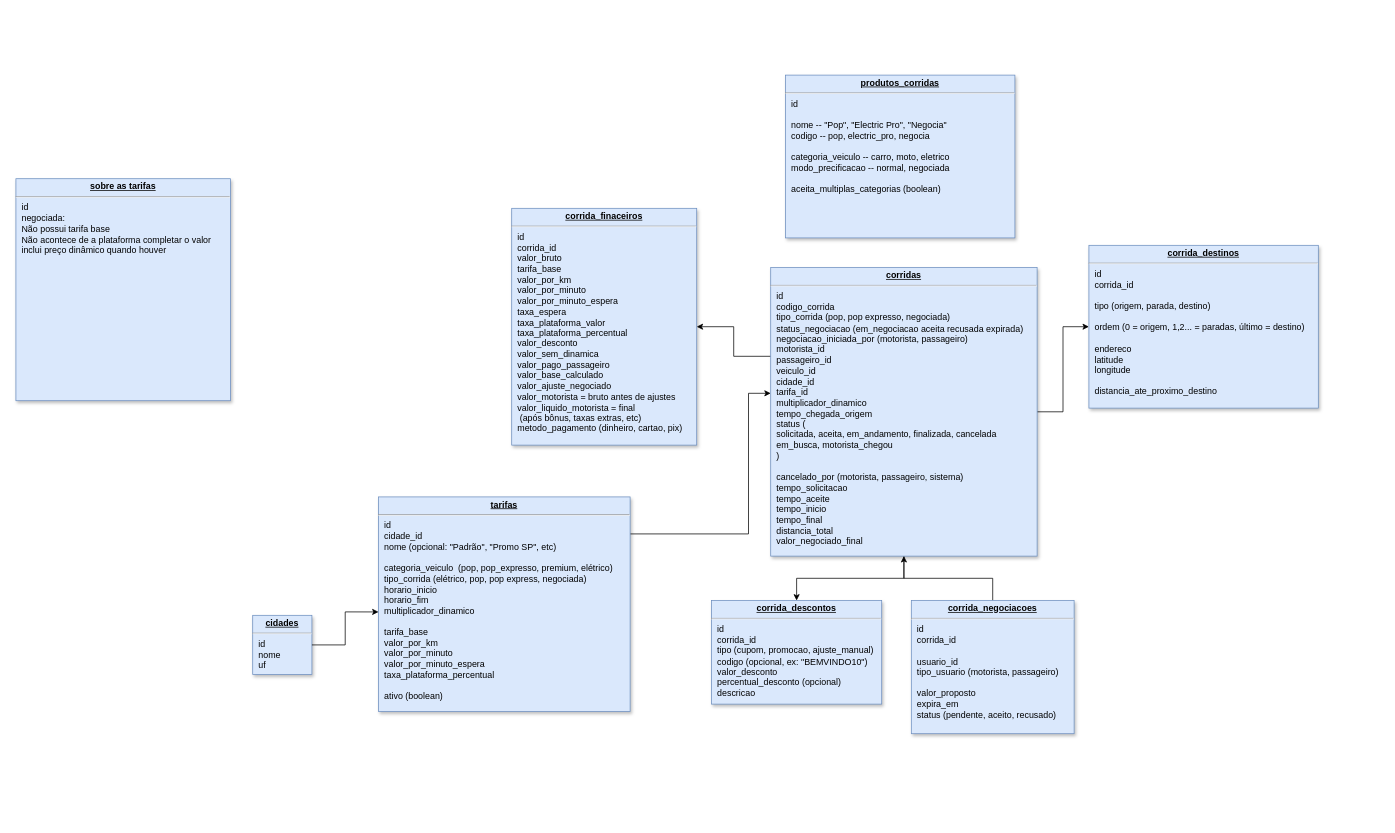
Before: page "corridas" (2 of 2) of Diagrama sem nome.drawio in PnA-Publicidade/aplicativo-mobilidade-urbana-backend, a draw.io diagram. Source tidied: cells renumbered, new cells numbered last; positions are measured from the earlier drawing's top-left corner, leaving out a move shared by most shapes. Both pictures are drawn from the tidied source at 74%, with x=0, y=0 at pixel (16, 75).
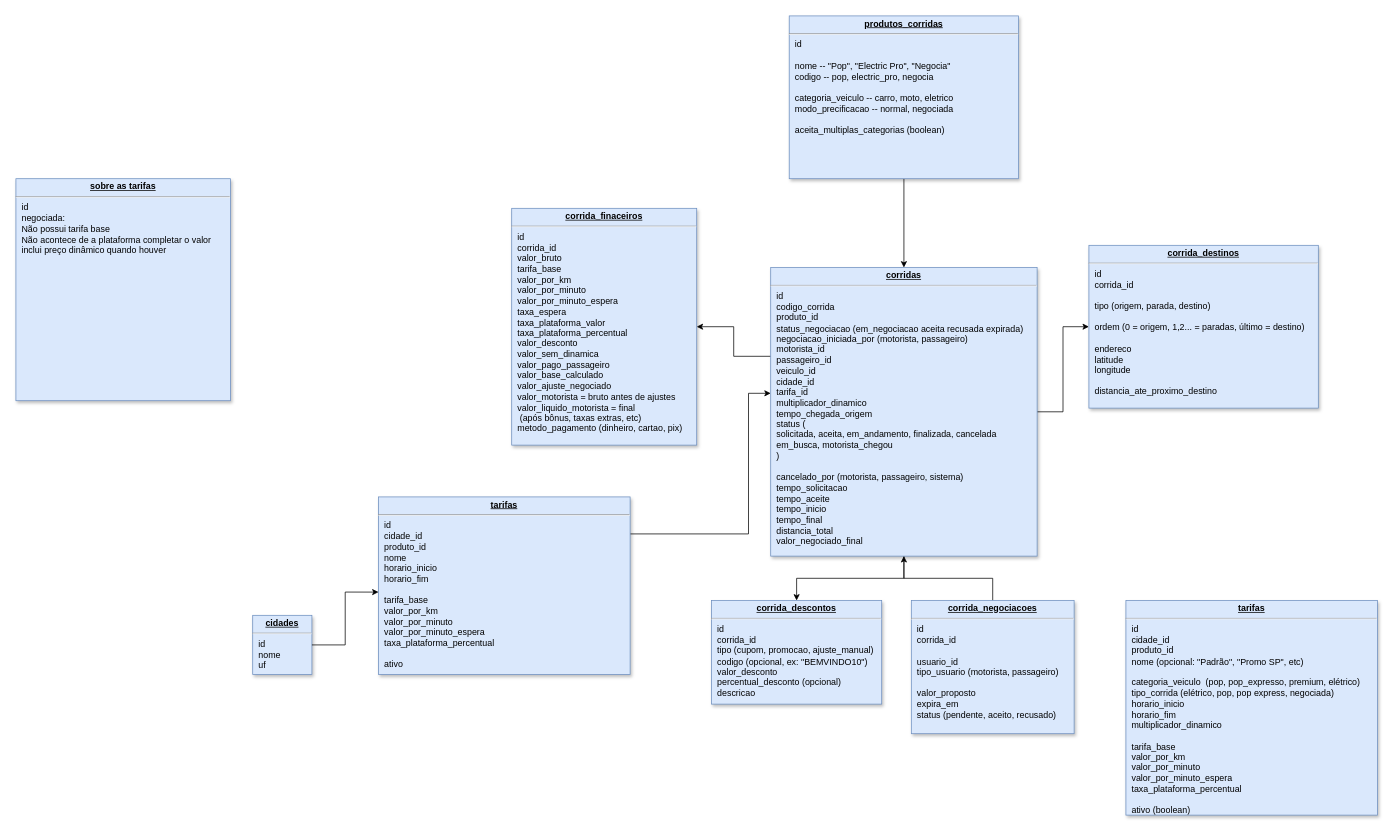
Above is the later version.

Diff of the diagram source:
```diff
@@
-    <mxCell id="5" value="&lt;p style=&quot;margin: 0px ; margin-top: 4px ; text-align: center ; text-decoration: underline&quot;&gt;&lt;b&gt;corridas&lt;/b&gt;&lt;/p&gt;&lt;hr&gt;&lt;p style=&quot;margin: 0px ; margin-left: 8px&quot;&gt;id&lt;/p&gt;&lt;p style=&quot;margin: 0px ; margin-left: 8px&quot;&gt;codigo_corrida&lt;/p&gt;&lt;p style=&quot;margin: 0px ; margin-left: 8px&quot;&gt;tipo_corrida (pop, pop expresso, negociada)&lt;/p&gt;&lt;p style=&quot;margin: 0px ; margin-left: 8px&quot;&gt;status_negociacao (em_negociacao aceita recusada expirada)&lt;/p&gt;&lt;p style=&quot;margin: 0px ; margin-left: 8px&quot;&gt;negociacao_iniciada_por (motorista, passageiro)&lt;/p&gt;&lt;p style=&quot;margin: 0px ; margin-left: 8px&quot;&gt;motorista_id&lt;/p&gt;&lt;p style=&quot;margin: 0px ; margin-left: 8px&quot;&gt;passageiro_id&lt;/p&gt;&lt;p style=&quot;margin: 0px ; margin-left: 8px&quot;&gt;veiculo_id&amp;nbsp;&lt;/p&gt;&lt;p style=&quot;margin: 0px ; margin-left: 8px&quot;&gt;cidade_id&lt;/p&gt;&lt;p style=&quot;margin: 0px ; margin-left: 8px&quot;&gt;tarifa_id&lt;/p&gt;&lt;p style=&quot;margin: 0px ; margin-left: 8px&quot;&gt;multiplicador_dinamico&lt;/p&gt;&lt;p style=&quot;margin: 0px ; margin-left: 8px&quot;&gt;tempo_chegada_origem&lt;/p&gt;&lt;p style=&quot;margin: 0px ; margin-left: 8px&quot;&gt;status (&lt;/p&gt;&lt;p style=&quot;margin: 0px ; margin-left: 8px&quot;&gt;solicitada, aceita, em_andamento, finalizada, cancelada&lt;/p&gt;&lt;p style=&quot;margin: 0px ; margin-left: 8px&quot;&gt;em_busca, motorista_chegou&lt;/p&gt;&lt;p style=&quot;margin: 0px ; margin-left: 8px&quot;&gt;)&lt;/p&gt;&lt;p style=&quot;margin: 0px ; margin-left: 8px&quot;&gt;&lt;br&gt;&lt;/p&gt;&lt;p style=&quot;margin: 0px ; margin-left: 8px&quot;&gt;cancelado_por (motorista, passageiro, sistema)&lt;/p&gt;&lt;p style=&quot;margin: 0px ; margin-left: 8px&quot;&gt;tempo_solicitacao&lt;/p&gt;&lt;p style=&quot;margin: 0px ; margin-left: 8px&quot;&gt;tempo_aceite&lt;/p&gt;&lt;p style=&quot;margin: 0px ; margin-left: 8px&quot;&gt;tempo_inicio&lt;/p&gt;&lt;p style=&quot;margin: 0px ; margin-left: 8px&quot;&gt;tempo_final&lt;/p&gt;&lt;p style=&quot;margin: 0px ; margin-left: 8px&quot;&gt;distancia_total&lt;/p&gt;&lt;p style=&quot;margin: 0px ; margin-left: 8px&quot;&gt;valor_negociado_final&lt;/p&gt;&lt;p style=&quot;margin: 0px ; margin-left: 8px&quot;&gt;&lt;br&gt;&lt;/p&gt;&lt;p style=&quot;margin: 0px ; margin-left: 8px&quot;&gt;&lt;br&gt;&lt;/p&gt;" style="verticalAlign=top;align=left;overflow=fill;fontSize=12;fontFamily=Helvetica;html=1;strokeColor=#6c8ebf;shadow=1;fillColor=#dae8fc;" parent="1" vertex="1">
+    <mxCell id="5" value="&lt;p style=&quot;margin: 0px ; margin-top: 4px ; text-align: center ; text-decoration: underline&quot;&gt;&lt;b&gt;corridas&lt;/b&gt;&lt;/p&gt;&lt;hr&gt;&lt;p style=&quot;margin: 0px ; margin-left: 8px&quot;&gt;id&lt;/p&gt;&lt;p style=&quot;margin: 0px ; margin-left: 8px&quot;&gt;codigo_corrida&lt;/p&gt;&lt;p style=&quot;margin: 0px ; margin-left: 8px&quot;&gt;produto_id&lt;/p&gt;&lt;p style=&quot;margin: 0px ; margin-left: 8px&quot;&gt;status_negociacao (em_negociacao aceita recusada expirada)&lt;/p&gt;&lt;p style=&quot;margin: 0px ; margin-left: 8px&quot;&gt;negociacao_iniciada_por (motorista, passageiro)&lt;/p&gt;&lt;p style=&quot;margin: 0px ; margin-left: 8px&quot;&gt;motorista_id&lt;/p&gt;&lt;p style=&quot;margin: 0px ; margin-left: 8px&quot;&gt;passageiro_id&lt;/p&gt;&lt;p style=&quot;margin: 0px ; margin-left: 8px&quot;&gt;veiculo_id&amp;nbsp;&lt;/p&gt;&lt;p style=&quot;margin: 0px ; margin-left: 8px&quot;&gt;cidade_id&lt;/p&gt;&lt;p style=&quot;margin: 0px ; margin-left: 8px&quot;&gt;tarifa_id&lt;/p&gt;&lt;p style=&quot;margin: 0px ; margin-left: 8px&quot;&gt;multiplicador_dinamico&lt;/p&gt;&lt;p style=&quot;margin: 0px ; margin-left: 8px&quot;&gt;tempo_chegada_origem&lt;/p&gt;&lt;p style=&quot;margin: 0px ; margin-left: 8px&quot;&gt;status (&lt;/p&gt;&lt;p style=&quot;margin: 0px ; margin-left: 8px&quot;&gt;solicitada, aceita, em_andamento, finalizada, cancelada&lt;/p&gt;&lt;p style=&quot;margin: 0px ; margin-left: 8px&quot;&gt;em_busca, motorista_chegou&lt;/p&gt;&lt;p style=&quot;margin: 0px ; margin-left: 8px&quot;&gt;)&lt;/p&gt;&lt;p style=&quot;margin: 0px ; margin-left: 8px&quot;&gt;&lt;br&gt;&lt;/p&gt;&lt;p style=&quot;margin: 0px ; margin-left: 8px&quot;&gt;cancelado_por (motorista, passageiro, sistema)&lt;/p&gt;&lt;p style=&quot;margin: 0px ; margin-left: 8px&quot;&gt;tempo_solicitacao&lt;/p&gt;&lt;p style=&quot;margin: 0px ; margin-left: 8px&quot;&gt;tempo_aceite&lt;/p&gt;&lt;p style=&quot;margin: 0px ; margin-left: 8px&quot;&gt;tempo_inicio&lt;/p&gt;&lt;p style=&quot;margin: 0px ; margin-left: 8px&quot;&gt;tempo_final&lt;/p&gt;&lt;p style=&quot;margin: 0px ; margin-left: 8px&quot;&gt;distancia_total&lt;/p&gt;&lt;p style=&quot;margin: 0px ; margin-left: 8px&quot;&gt;valor_negociado_final&lt;/p&gt;&lt;p style=&quot;margin: 0px ; margin-left: 8px&quot;&gt;&lt;br&gt;&lt;/p&gt;&lt;p style=&quot;margin: 0px ; margin-left: 8px&quot;&gt;&lt;br&gt;&lt;/p&gt;" style="verticalAlign=top;align=left;overflow=fill;fontSize=12;fontFamily=Helvetica;html=1;strokeColor=#6c8ebf;shadow=1;fillColor=#dae8fc;" parent="1" vertex="1">
       <mxGeometry x="1020" y="260" width="360" height="390" as="geometry" />
     </mxCell>
@@
-    <mxCell id="10" value="&lt;p style=&quot;margin: 0px ; margin-top: 4px ; text-align: center ; text-decoration: underline&quot;&gt;&lt;b&gt;tarifas&lt;/b&gt;&lt;/p&gt;&lt;hr&gt;&lt;p style=&quot;margin: 0px ; margin-left: 8px&quot;&gt;id&lt;/p&gt;&lt;p style=&quot;margin: 0px ; margin-left: 8px&quot;&gt;cidade_id&lt;/p&gt;&lt;p style=&quot;margin: 0px ; margin-left: 8px&quot;&gt;nome (opcional: &quot;Padrão&quot;, &quot;Promo SP&quot;, etc)&lt;/p&gt;&lt;p style=&quot;margin: 0px ; margin-left: 8px&quot;&gt;&lt;br&gt;&lt;/p&gt;&lt;p style=&quot;margin: 0px ; margin-left: 8px&quot;&gt;categoria_veiculo&amp;nbsp;&lt;span style=&quot;background-color: transparent; color: light-dark(rgb(0, 0, 0), rgb(255, 255, 255));&quot;&gt;&amp;nbsp;&lt;/span&gt;&lt;span style=&quot;background-color: transparent; color: light-dark(rgb(0, 0, 0), rgb(255, 255, 255));&quot;&gt;(pop, pop_expresso, premium, elétrico)&lt;/span&gt;&lt;/p&gt;&lt;p style=&quot;margin: 0px ; margin-left: 8px&quot;&gt;tipo_corrida (elétrico, pop, pop express, negociada)&lt;/p&gt;&lt;p style=&quot;margin: 0px ; margin-left: 8px&quot;&gt;horario_inicio&lt;/p&gt;&lt;p style=&quot;margin: 0px ; margin-left: 8px&quot;&gt;horario_fim&lt;/p&gt;&lt;p style=&quot;margin: 0px ; margin-left: 8px&quot;&gt;multiplicador_dinamico&lt;/p&gt;&lt;p style=&quot;margin: 0px ; margin-left: 8px&quot;&gt;&lt;br&gt;&lt;/p&gt;&lt;p style=&quot;margin: 0px ; margin-left: 8px&quot;&gt;tarifa_base&lt;/p&gt;&lt;p style=&quot;margin: 0px ; margin-left: 8px&quot;&gt;valor_por_km&lt;/p&gt;&lt;p style=&quot;margin: 0px ; margin-left: 8px&quot;&gt;valor_por_minuto&lt;/p&gt;&lt;p style=&quot;margin: 0px ; margin-left: 8px&quot;&gt;valor_por_minuto_espera&lt;/p&gt;&lt;p style=&quot;margin: 0px ; margin-left: 8px&quot;&gt;taxa_plataforma_percentual&lt;/p&gt;&lt;p style=&quot;margin: 0px ; margin-left: 8px&quot;&gt;&lt;br&gt;&lt;/p&gt;&lt;p style=&quot;margin: 0px ; margin-left: 8px&quot;&gt;ativo (boolean)&lt;/p&gt;&lt;div&gt;&lt;br&gt;&lt;/div&gt;" style="verticalAlign=top;align=left;overflow=fill;fontSize=12;fontFamily=Helvetica;html=1;strokeColor=#6c8ebf;shadow=1;fillColor=#dae8fc;" parent="1" vertex="1">
-      <mxGeometry x="490" y="570" width="340" height="290" as="geometry" />
+    <mxCell id="10" value="&lt;p style=&quot;margin: 0px ; margin-top: 4px ; text-align: center ; text-decoration: underline&quot;&gt;&lt;b&gt;tarifas&lt;/b&gt;&lt;/p&gt;&lt;hr&gt;&lt;p style=&quot;margin: 0px ; margin-left: 8px&quot;&gt;id&lt;br&gt;cidade_id&lt;br&gt;produto_id&lt;br&gt;nome&lt;br&gt;horario_inicio&lt;br&gt;horario_fim&lt;br&gt;&lt;br&gt;tarifa_base&lt;br&gt;valor_por_km&lt;br&gt;valor_por_minuto&lt;br&gt;valor_por_minuto_espera&lt;br&gt;taxa_plataforma_percentual&lt;br&gt;&lt;br&gt;ativo&lt;/p&gt;&lt;div&gt;&lt;br&gt;&lt;/div&gt;" style="verticalAlign=top;align=left;overflow=fill;fontSize=12;fontFamily=Helvetica;html=1;strokeColor=#6c8ebf;shadow=1;fillColor=#dae8fc;" parent="1" vertex="1">
+      <mxGeometry x="490" y="570" width="340" height="240" as="geometry" />
     </mxCell>
@@
+    <mxCell id="17" style="edgeStyle=orthogonalEdgeStyle;rounded=0;jettySize=auto;html=1;entryX=0.5;entryY=0;entryDx=0;entryDy=0;" parent="1" edge="1" source="16" target="5">
+      <mxGeometry relative="1" as="geometry" />
+    </mxCell>
     <mxCell id="16" value="&lt;p style=&quot;margin: 0px ; margin-top: 4px ; text-align: center ; text-decoration: underline&quot;&gt;&lt;b&gt;produtos_corridas&lt;/b&gt;&lt;/p&gt;&lt;hr&gt;&lt;p style=&quot;margin: 0px ; margin-left: 8px&quot;&gt;id&lt;/p&gt;&lt;p style=&quot;margin: 0px ; margin-left: 8px&quot;&gt;&lt;br&gt;nome                &lt;span class=&quot;ͼt&quot;&gt;-- &quot;Pop&quot;, &quot;Electric Pro&quot;, &quot;Negocia&quot;&lt;/span&gt;&lt;br&gt;codigo              &lt;span class=&quot;ͼt&quot;&gt;-- pop, electric_pro, negocia&lt;/span&gt;&lt;br&gt;&lt;br&gt;categoria_veiculo   &lt;span class=&quot;ͼt&quot;&gt;-- carro, moto, eletrico&lt;/span&gt;&lt;br&gt;modo_precificacao   &lt;span class=&quot;ͼt&quot;&gt;-- normal, negociada&lt;/span&gt;&lt;br&gt;&lt;br&gt;aceita_multiplas_categorias (&lt;span class=&quot;ͼ11&quot;&gt;boolean&lt;/span&gt;)&lt;/p&gt;" style="verticalAlign=top;align=left;overflow=fill;fontSize=12;fontFamily=Helvetica;html=1;strokeColor=#6c8ebf;shadow=1;fillColor=#dae8fc;" parent="1" vertex="1">
-      <mxGeometry x="1040" width="310" height="220" as="geometry" />
+      <mxGeometry x="1045" y="-80" width="310" height="220" as="geometry" />
     </mxCell>
+    <mxCell id="18" value="&lt;p style=&quot;margin: 0px ; margin-top: 4px ; text-align: center ; text-decoration: underline&quot;&gt;&lt;b&gt;tarifas&lt;/b&gt;&lt;/p&gt;&lt;hr&gt;&lt;p style=&quot;margin: 0px ; margin-left: 8px&quot;&gt;id&lt;/p&gt;&lt;p style=&quot;margin: 0px ; margin-left: 8px&quot;&gt;cidade_id&lt;/p&gt;&lt;p style=&quot;margin: 0px ; margin-left: 8px&quot;&gt;produto_id&lt;/p&gt;&lt;p style=&quot;margin: 0px ; margin-left: 8px&quot;&gt;nome (opcional: &quot;Padrão&quot;, &quot;Promo SP&quot;, etc)&lt;/p&gt;&lt;p style=&quot;margin: 0px ; margin-left: 8px&quot;&gt;&lt;br&gt;&lt;/p&gt;&lt;p style=&quot;margin: 0px ; margin-left: 8px&quot;&gt;categoria_veiculo&amp;nbsp;&lt;span style=&quot;background-color: transparent; color: light-dark(rgb(0, 0, 0), rgb(255, 255, 255));&quot;&gt;&amp;nbsp;&lt;/span&gt;&lt;span style=&quot;background-color: transparent; color: light-dark(rgb(0, 0, 0), rgb(255, 255, 255));&quot;&gt;(pop, pop_expresso, premium, elétrico)&lt;/span&gt;&lt;/p&gt;&lt;p style=&quot;margin: 0px ; margin-left: 8px&quot;&gt;tipo_corrida (elétrico, pop, pop express, negociada)&lt;/p&gt;&lt;p style=&quot;margin: 0px ; margin-left: 8px&quot;&gt;horario_inicio&lt;/p&gt;&lt;p style=&quot;margin: 0px ; margin-left: 8px&quot;&gt;horario_fim&lt;/p&gt;&lt;p style=&quot;margin: 0px ; margin-left: 8px&quot;&gt;multiplicador_dinamico&lt;/p&gt;&lt;p style=&quot;margin: 0px ; margin-left: 8px&quot;&gt;&lt;br&gt;&lt;/p&gt;&lt;p style=&quot;margin: 0px ; margin-left: 8px&quot;&gt;tarifa_base&lt;/p&gt;&lt;p style=&quot;margin: 0px ; margin-left: 8px&quot;&gt;valor_por_km&lt;/p&gt;&lt;p style=&quot;margin: 0px ; margin-left: 8px&quot;&gt;valor_por_minuto&lt;/p&gt;&lt;p style=&quot;margin: 0px ; margin-left: 8px&quot;&gt;valor_por_minuto_espera&lt;/p&gt;&lt;p style=&quot;margin: 0px ; margin-left: 8px&quot;&gt;taxa_plataforma_percentual&lt;/p&gt;&lt;p style=&quot;margin: 0px ; margin-left: 8px&quot;&gt;&lt;br&gt;&lt;/p&gt;&lt;p style=&quot;margin: 0px ; margin-left: 8px&quot;&gt;ativo (boolean)&lt;/p&gt;&lt;div&gt;&lt;br&gt;&lt;/div&gt;" style="verticalAlign=top;align=left;overflow=fill;fontSize=12;fontFamily=Helvetica;html=1;strokeColor=#6c8ebf;shadow=1;fillColor=#dae8fc;" parent="1" vertex="1">
+      <mxGeometry x="1500" y="710" width="340" height="290" as="geometry" />
+    </mxCell>
```
